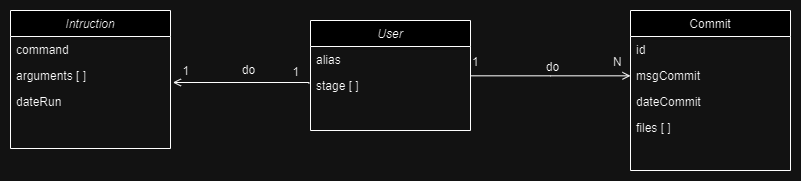
Above: SisorgGit/Resources/SisorgGitUML.drawio.png in a-luizaga/Sisorg-Simulator-Git (draw.io), before the change. Source tidied: cells renumbered, new cells last; positions are measured from the earlier drawing's top-left corner, leaving out a move shared by most shapes.
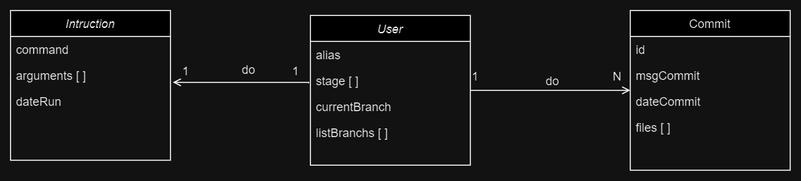
The same diagram one commit later.

Change to the diagram source:
```diff
@@ -3,7 +3,7 @@
     <mxCell id="0" />
     <mxCell id="1" parent="0" />
     <mxCell id="2" value="User" style="swimlane;fontStyle=2;align=center;verticalAlign=top;horizontal=1;startSize=26;rounded=0;shadow=0;strokeWidth=1;" parent="1" vertex="1">
-      <mxGeometry x="300" y="10" width="160" height="110" as="geometry" />
+      <mxGeometry x="300" y="5" width="160" height="150" as="geometry" />
     </mxCell>
     <mxCell id="3" value="alias" style="text;align=left;verticalAlign=top;spacingLeft=4;spacingRight=4;overflow=hidden;" parent="2" vertex="1">
       <mxGeometry y="26" width="160" height="26" as="geometry" />
@@ -11,6 +11,12 @@
     <mxCell id="4" value="stage [ ]" style="text;align=left;verticalAlign=top;spacingLeft=4;spacingRight=4;overflow=hidden;rounded=0;shadow=0;html=0;" parent="2" vertex="1">
       <mxGeometry y="52" width="160" height="26" as="geometry" />
     </mxCell>
+    <mxCell id="22" value="currentBranch" style="text;align=left;verticalAlign=top;spacingLeft=4;spacingRight=4;overflow=hidden;rounded=0;shadow=0;html=0;" parent="2" vertex="1">
+      <mxGeometry y="78" width="160" height="26" as="geometry" />
+    </mxCell>
+    <mxCell id="23" value="listBranchs [ ]" style="text;align=left;verticalAlign=top;spacingLeft=4;spacingRight=4;overflow=hidden;rounded=0;shadow=0;html=0;" parent="2" vertex="1">
+      <mxGeometry y="104" width="160" height="26" as="geometry" />
+    </mxCell>
     <mxCell id="5" value="Commit" style="swimlane;fontStyle=0;align=center;verticalAlign=top;horizontal=1;startSize=26;rounded=0;shadow=0;strokeWidth=1;" parent="1" vertex="1">
       <mxGeometry x="620" width="160" height="160" as="geometry" />
     </mxCell>
@@ -47,7 +53,7 @@
       </mxGeometry>
     </mxCell>
     <mxCell id="14" value="Intruction" style="swimlane;fontStyle=2;align=center;verticalAlign=top;horizontal=1;startSize=26;rounded=0;shadow=0;strokeWidth=1;" parent="1" vertex="1">
-      <mxGeometry width="160" height="138" as="geometry" />
+      <mxGeometry width="160" height="150" as="geometry" />
     </mxCell>
     <mxCell id="15" value="command" style="text;align=left;verticalAlign=top;spacingLeft=4;spacingRight=4;overflow=hidden;" parent="14" vertex="1">
       <mxGeometry y="26" width="160" height="26" as="geometry" />
```
